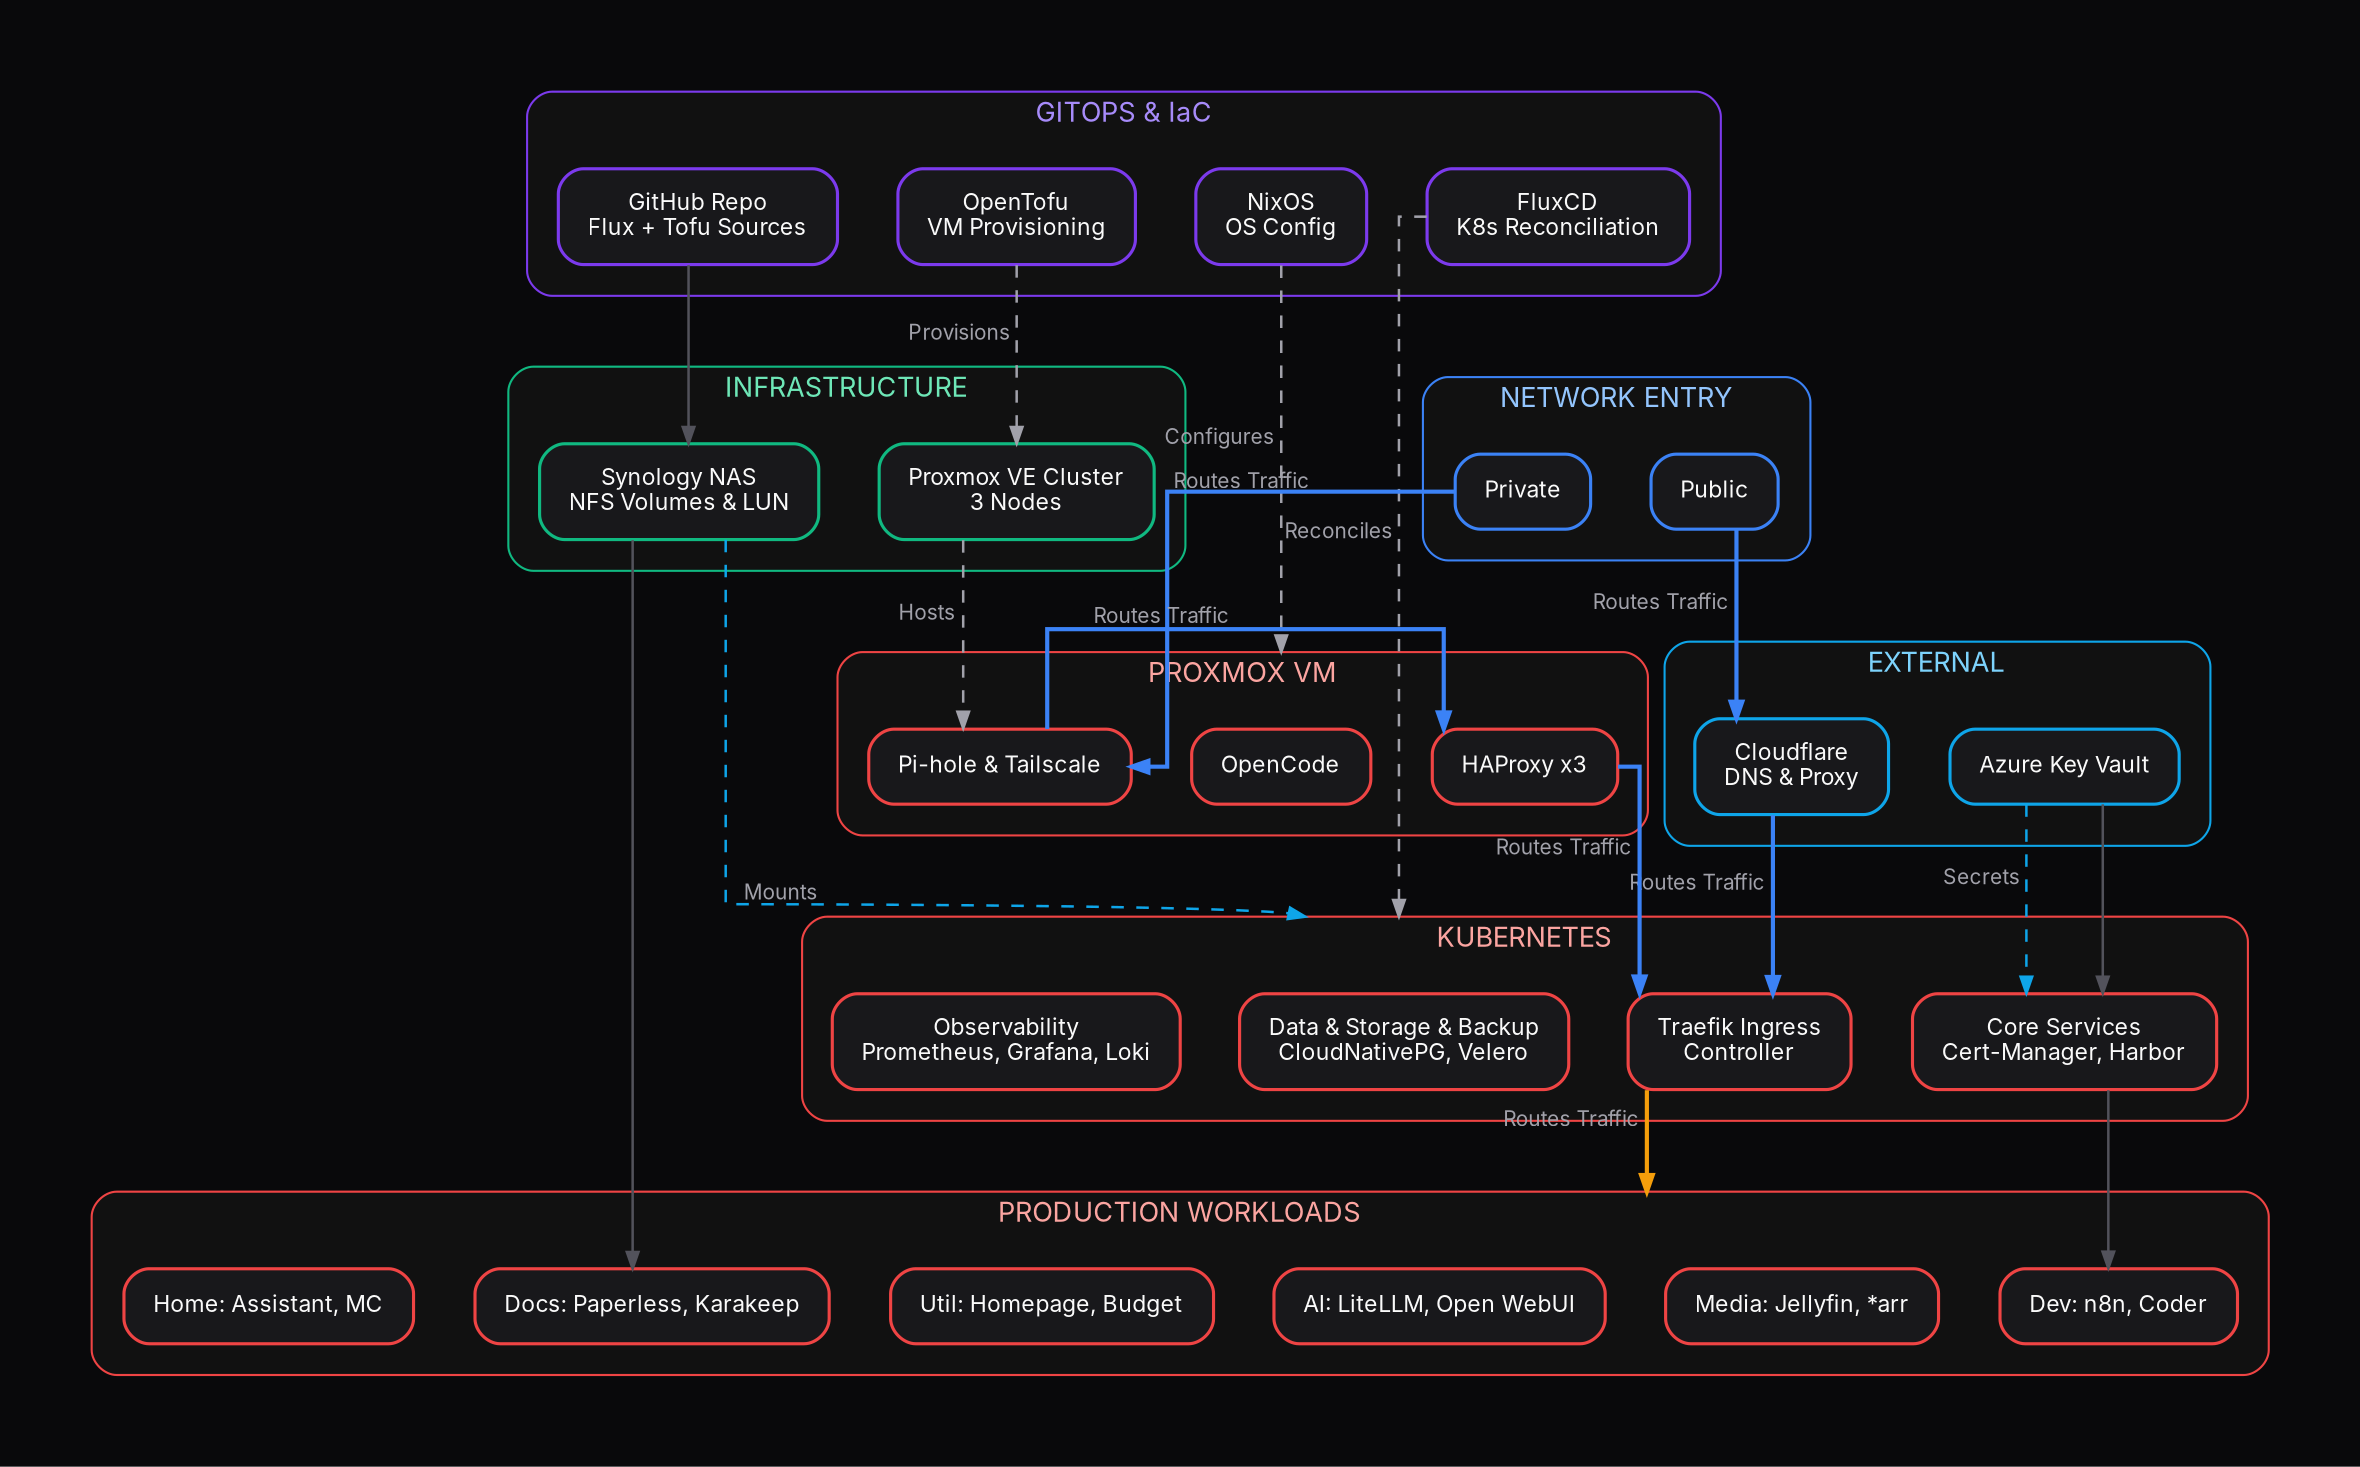
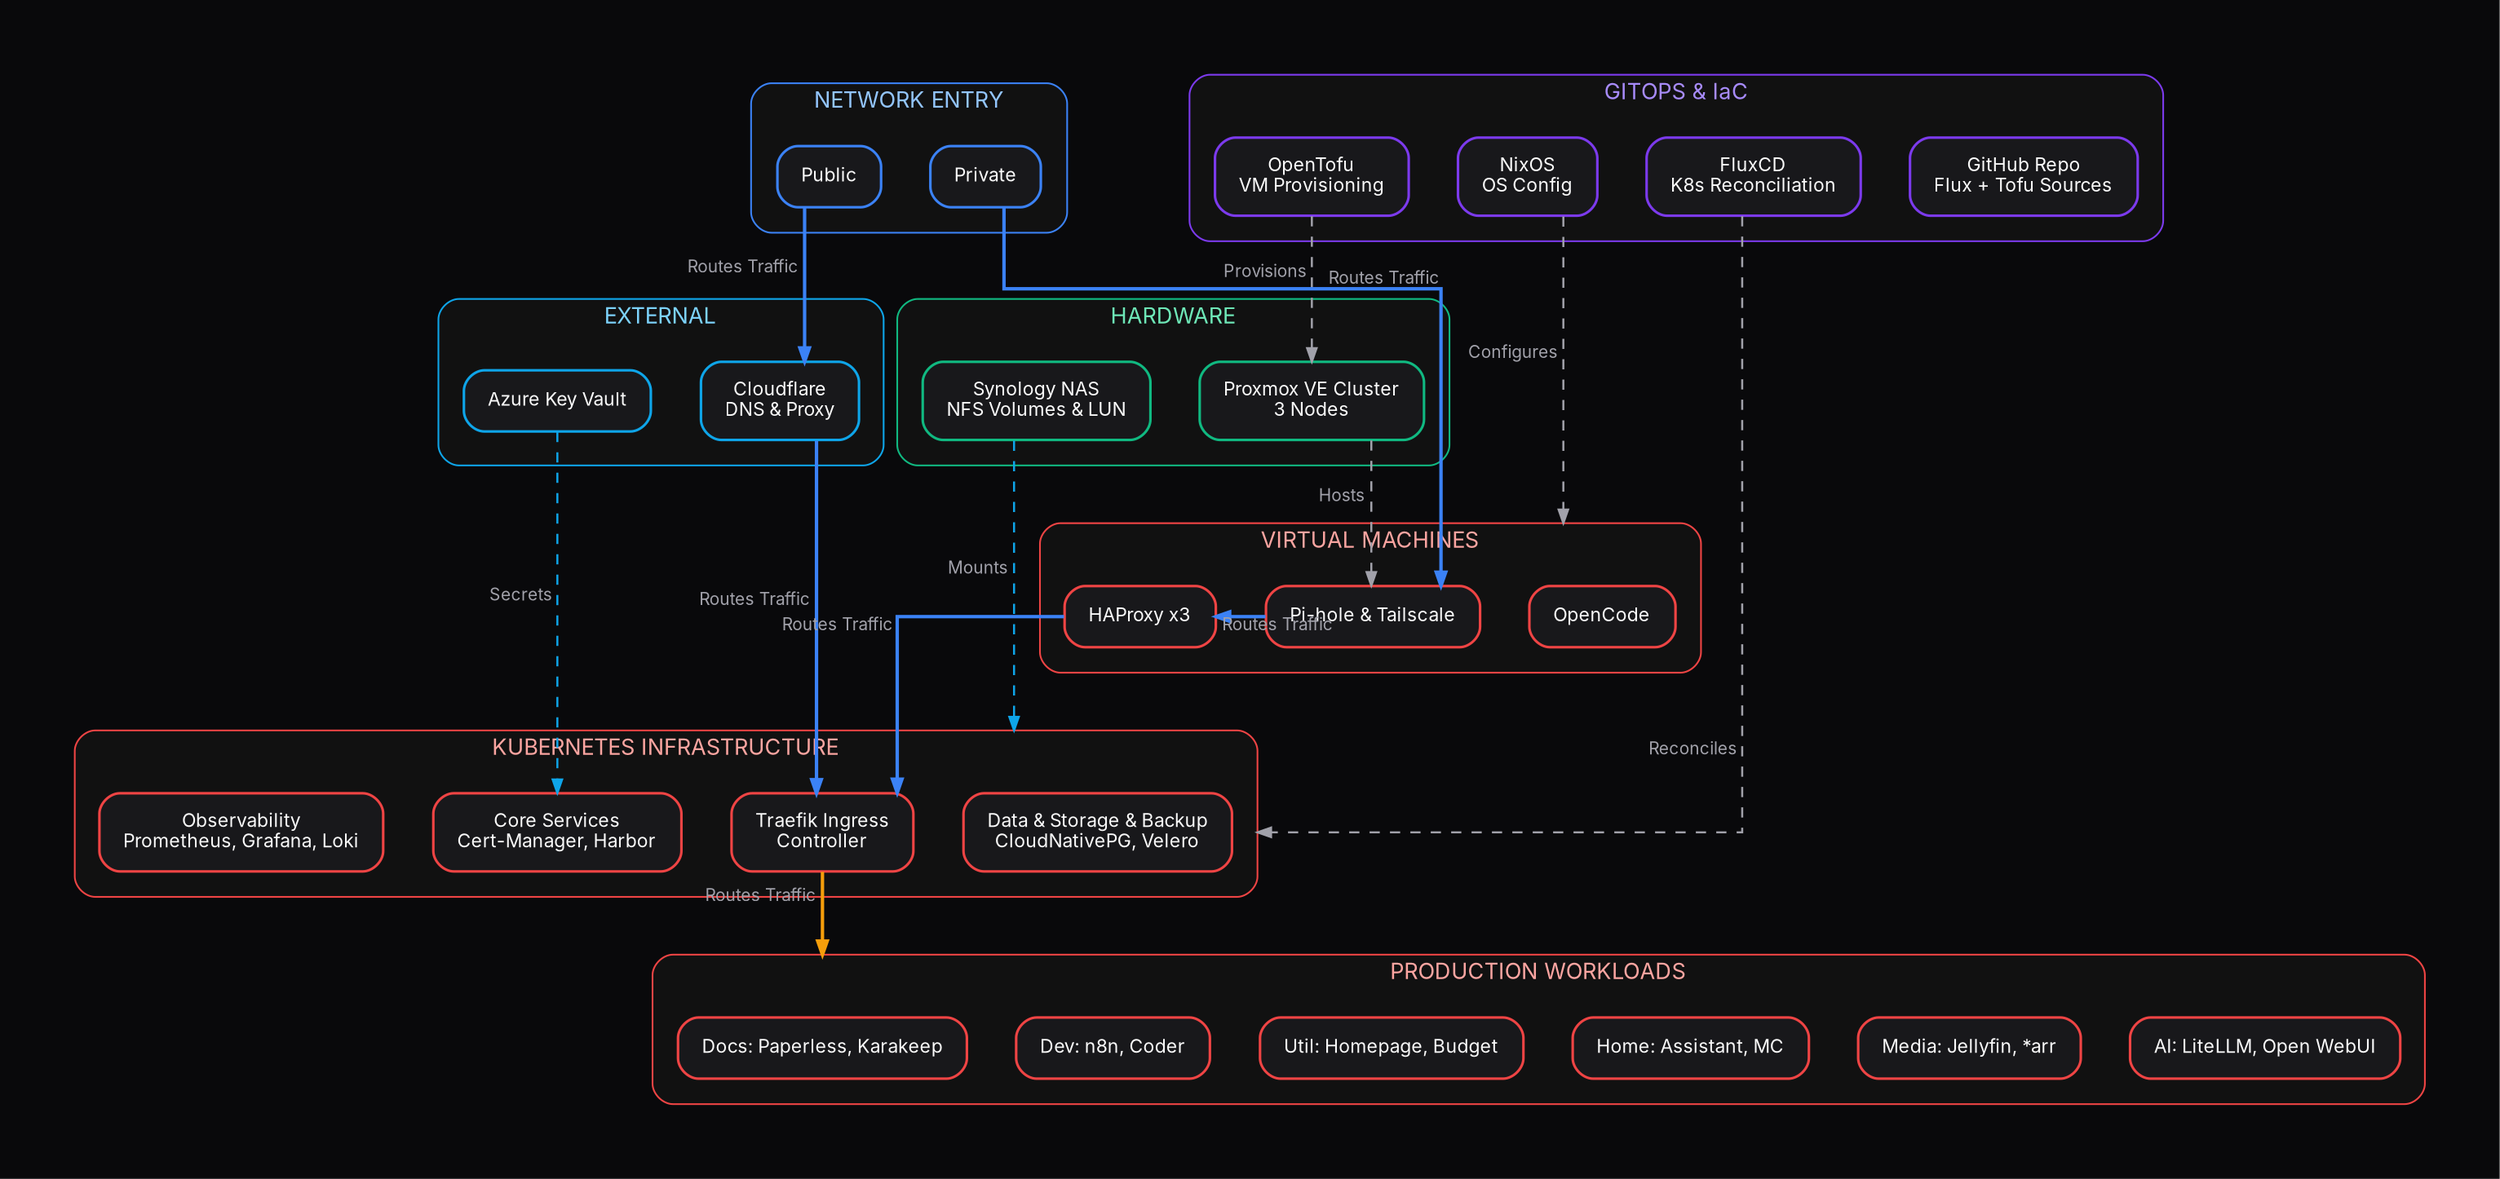
- digraph Homelab_Pro {
+ digraph homelab {
    graph [
+         // newrank=true,
        rankdir=TB,
        compound=true,
        splines=ortho,
        pad=0.5,
        nodesep=0.4,
        ranksep=1.2,
        fontname="Inter, Helvetica, sans-serif",
        fontsize=16,
        bgcolor="#09090B"
    ];

    // Global Node Defaults
    node [
        shape=box,
        style="rounded,filled",
        fillcolor="#18181B",
        color="#3F3F46",
        fontcolor="#FAFAFA",
        fontname="Inter, Helvetica, sans-serif",
        fontsize=11,
        margin="0.2,0.15",
        penwidth=1.5
    ];

    // Global Edge Defaults
    edge [
        color="#52525B",
        fontcolor="#A1A1AA",
        fontname="Inter, Helvetica, sans-serif",
        fontsize=10,
        penwidth=1.2,
        arrowsize=0.8
    ];

- 
    subgraph cluster_gitops {
        label="GITOPS & IaC";
        style="rounded,filled"; fillcolor="#111111"; color="#7C3AED"; fontcolor="#A78BFA";
        fontsize=13; margin=15;
        node [color="#7C3AED"];

        github [label="GitHub Repo\nFlux + Tofu Sources"];
        nixos  [label="NixOS\nOS Config"];
        tofu   [label="OpenTofu\nVM Provisioning"];
        flux   [label="FluxCD\nK8s Reconciliation"];
-     }

-     subgraph cluster_external {
-         label="EXTERNAL";
-         style="rounded,filled"; fillcolor="#111111"; color="#0EA5E9"; fontcolor="#7DD3FC";
-         fontsize=13; margin=15;
-         node [color="#0EA5E9"];
- 
-         azure_kv [label="Azure Key Vault"];
-         cloudflare  [label="Cloudflare\nDNS & Proxy"];
+         {rank=same; github; nixos; tofu; flux;}
    }

    subgraph cluster_network {
        label="NETWORK ENTRY";
        style="rounded,filled"; fillcolor="#111111"; color="#3B82F6"; fontcolor="#93C5FD";
        fontsize=13; margin=15;
        node [color="#3B82F6"];

        public      [label="Public"];
        private     [label="Private"];

        {rank=same; public; private}
    }

-     subgraph cluster_infra {
-         label="INFRASTRUCTURE";
+     subgraph cluster_external {
+         label="EXTERNAL";
+         style="rounded,filled"; fillcolor="#111111"; color="#0EA5E9"; fontcolor="#7DD3FC";
+         fontsize=13; margin=15;
+         node [color="#0EA5E9"];
+ 
+         azure_kv [label="Azure Key Vault"];
+         cloudflare  [label="Cloudflare\nDNS & Proxy"];
+ 
+         {rank=same; azure_kv; cloudflare;}
+     }
+ 
+     subgraph cluster_hardware {
+         label="HARDWARE";
        style="rounded,filled"; fillcolor="#111111"; color="#10B981"; fontcolor="#6EE7B7";
        fontsize=13; margin=15;
        node [color="#10B981"];

        proxmox     [label="Proxmox VE Cluster\n3 Nodes"];
        syn_nas  [label="Synology NAS\nNFS Volumes & LUN"];
+ 
+         {rank=same; proxmox; syn_nas;}
    }

    subgraph cluster_vm {
-       label="PROXMOX VM";
+       label="VIRTUAL MACHINES";
      style="rounded,filled"; fillcolor="#111111"; color="#EF4444";
      fontcolor="#FCA5A1"; fontsize=13; margin=15;
      node [color="#EF4444"];

      haproxy     [label="HAProxy x3"];
      pihole      [label="Pi-hole & Tailscale"];
      opencode     [label="OpenCode"];

      {rank=same; haproxy; pihole; opencode;}
    }

-     subgraph cluster_kubernetes {
-         label="KUBERNETES";
+     subgraph cluster_infra {
+         label="KUBERNETES INFRASTRUCTURE";
        style="rounded,filled"; fillcolor="#111111"; color="#EF4444"; fontcolor="#FCA5A1";
        fontsize=13; margin=15;
        node [color="#EF4444"];

        storage     [label="Data & Storage & Backup\nCloudNativePG, Velero"];
        platform    [label="Core Services\nCert-Manager, Harbor"];
        ingress     [label="Traefik Ingress\nController"];
        obs         [label="Observability\nPrometheus, Grafana, Loki"];
+ 
+         {rank=same; storage; platform; ingress; obs;}
    }

    subgraph cluster_workloads {
        label="PRODUCTION WORKLOADS";
        style="rounded,filled"; fillcolor="#111111"; color="#EF4444"; fontcolor="#FCA5A1";
        fontsize=13; margin=15;
        node [color="#EF4444"];

        ai_apps   [label="AI: LiteLLM, Open WebUI", color="#EF4444"];
        media     [label="Media: Jellyfin, *arr", color="#EF4444"];
        docs      [label="Docs: Paperless, Karakeep", color="#EF4444"];
        utility   [label="Util: Homepage, Budget", color="#EF4444"];
        dev       [label="Dev: n8n, Coder", color="#EF4444"];
        home      [label="Home: Assistant, MC", color="#EF4444"];
+ 
+         {rank=same; ai_apps; media; docs; utility; dev; home;}
    }

    // ==========================================
    // SYSTEM WIRING (Horizontal "Blueprints")
    // ==========================================

    // Provisioning
-     tofu -> proxmox       [rhead=cluster_infra, xlabel=" Provisions ", style=dashed, color="#A1A1AA"];
+     tofu -> proxmox       [rhead=cluster_hardware, xlabel=" Provisions ", style=dashed, color="#A1A1AA"];
    nixos -> opencode       [lhead=cluster_vm, xlabel=" Configures ", style=dashed, color="#A1A1AA"];
    proxmox -> pihole      [rhead=cluster_vm, xlabel=" Hosts ", style=dashed, color="#A1A1AA"];
-     flux -> storage    [lhead=cluster_kubernetes, xlabel=" Reconciles ", style=dashed, color="#A1A1AA"];
+     flux -> storage    [lhead=cluster_infra, xlabel=" Reconciles ", style=dashed, color="#A1A1AA"];

    // Data & Secrets
    azure_kv -> platform [xlabel=" Secrets ", style=dashed, color="#0EA5E9"];
-     syn_nas -> storage   [lhead=cluster_kubernetes, xlabel=" Mounts ", style=dashed, color="#0EA5E9"];
+     syn_nas -> storage   [lhead=cluster_infra, xlabel=" Mounts ", style=dashed, color="#0EA5E9"];

    // Traffic Flow
-     public -> cloudflare -> ingress [lhead=cluster_network, color="#3B82F6", penwidth=2, xlabel=" Routes Traffic "];
-     private -> pihole -> haproxy -> ingress [lhead=cluster_network, color="#3B82F6", penwidth=2, xlabel=" Routes Traffic "];
-     ingress -> ai_apps [lhead=cluster_workloads, color="#F59E0B", penwidth=2, xlabel=" Routes Traffic "];
+     public -> cloudflare -> ingress [color="#3B82F6", penwidth=2, xlabel=" Routes Traffic "];
+     private -> pihole -> haproxy -> ingress [color="#3B82F6", penwidth=2, xlabel=" Routes Traffic "];
+     ingress -> docs [lhead=cluster_workloads, color="#F59E0B", penwidth=2, xlabel=" Routes Traffic "];

    // ==========================================
    // HIDDEN ANCHORS
    // ==========================================
-     // edge [style=invis];
-     github -> syn_nas -> docs;
-     azure_kv -> platform -> dev;
+     // Layer 1: GITOPS & IaC + NETWORK ENTRY
+     // Layer 2: EXTERNAL + HARDWARE
+     // Layer 3: VIRTUAL MACHINES
+     // Layer 4: KUBERNETES INFRASTRUCTURE
+     edge [style=invis];
+     edge [weight=100];
+     proxmox -> haproxy -> storage -> docs;
+     public -> cloudflare -> pihole -> home;
+     private -> syn_nas;
}
